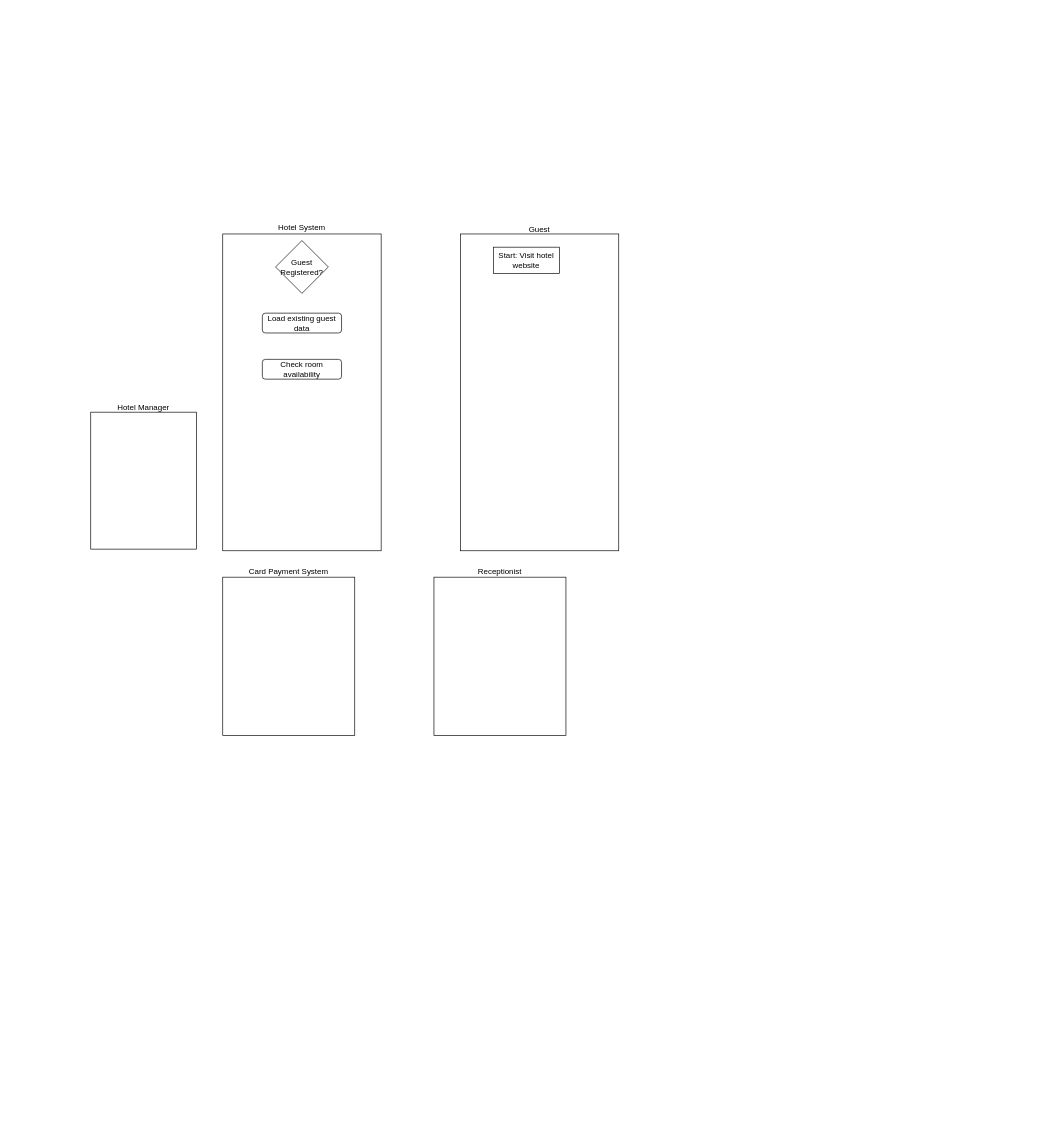
aminelfc96/SE keeps this draw.io diagram as BPMN DiagramHotel Reservation.drawio. Above is the earlier version. Source tidied: cells renumbered, new cells numbered last; positions are measured from the earlier drawing's top-left corner, leaving out a move shared by most shapes. Both pictures are drawn from the tidied source at 66%, with x=0, y=0 at pixel (90, 234).
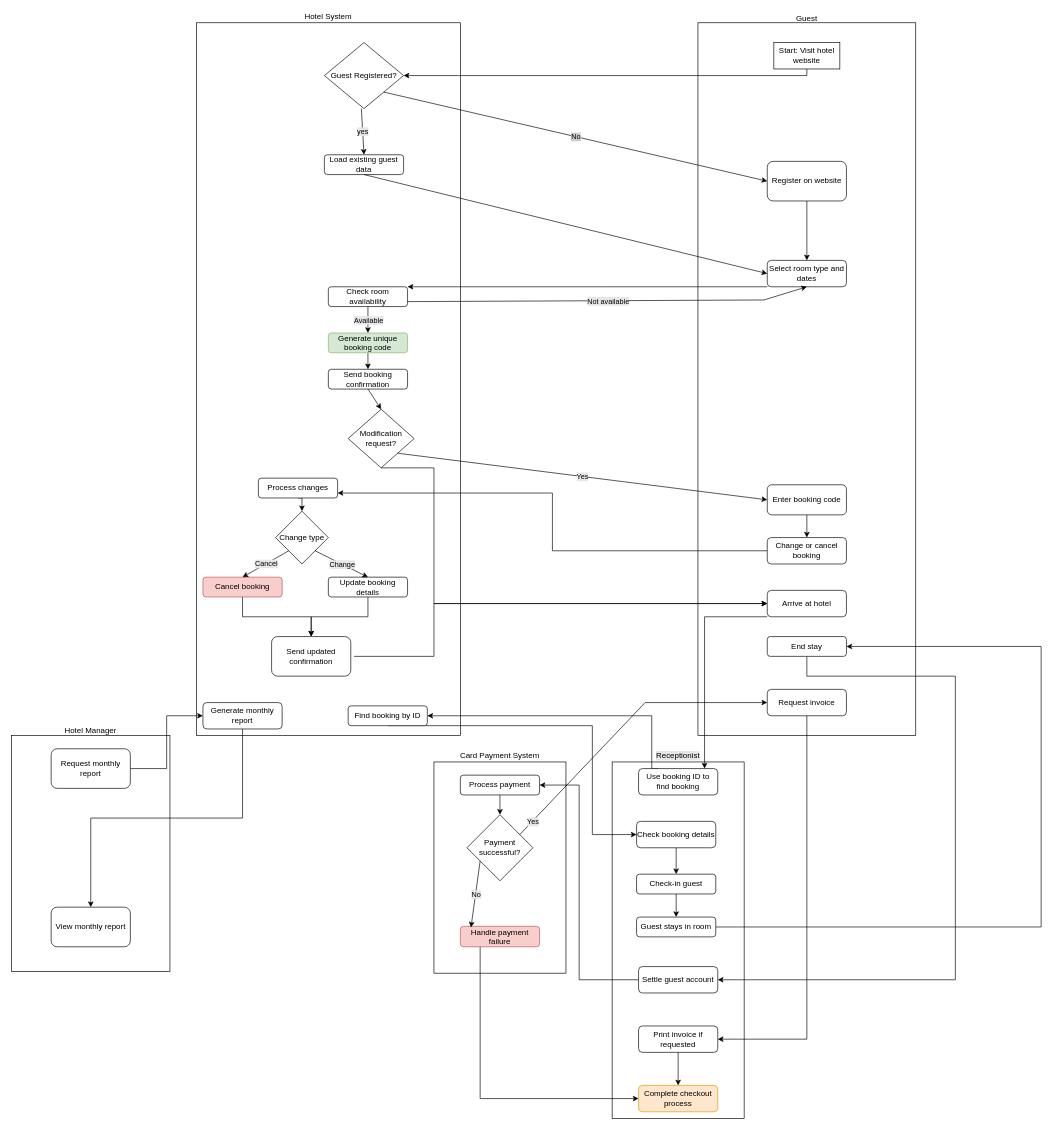
The same page after the edit.

The edit, as a diff of the source:
```diff
@@
     <mxCell id="2" value="Hotel System" style="rounded=0;whiteSpace=wrap;html=1;labelPosition=center;verticalLabelPosition=top;align=center;verticalAlign=bottom;" parent="1" vertex="1">
-      <mxGeometry x="200" width="240" height="480" as="geometry" />
+      <mxGeometry x="160" y="-320" width="400" height="1080" as="geometry" />
     </mxCell>
     <mxCell id="3" value="&lt;div style=&quot;line-height: 0%;&quot;&gt;&lt;span style=&quot;background-color: initial;&quot;&gt;Guest&lt;/span&gt;&lt;/div&gt;" style="rounded=0;whiteSpace=wrap;html=1;align=center;labelPosition=center;verticalLabelPosition=top;verticalAlign=bottom;" parent="1" vertex="1">
-      <mxGeometry x="560" width="240" height="480" as="geometry" />
+      <mxGeometry x="920" y="-320" width="330" height="1080" as="geometry" />
     </mxCell>
-    <mxCell id="4" value="Receptionist" style="rounded=0;whiteSpace=wrap;html=1;labelPosition=center;verticalLabelPosition=top;align=center;verticalAlign=bottom;" parent="1" vertex="1">
-      <mxGeometry x="520" y="520" width="200" height="240" as="geometry" />
+    <mxCell id="4" value="Receptionist" style="rounded=0;whiteSpace=wrap;html=1;labelPosition=center;verticalLabelPosition=top;align=center;verticalAlign=bottom;labelBackgroundColor=#E6E6E6;" parent="1" vertex="1">
+      <mxGeometry x="790" y="800" width="200" height="540" as="geometry" />
     </mxCell>
     <mxCell id="5" value="Hotel Manager" style="rounded=0;labelPosition=center;verticalLabelPosition=top;align=center;verticalAlign=bottom;spacing=0;whiteSpace=wrap;html=1;labelBorderColor=none;fontSize=12;" parent="1" vertex="1">
-      <mxGeometry y="270" width="160" height="207.5" as="geometry" />
+      <mxGeometry x="-120" y="760" width="240" height="357.5" as="geometry" />
     </mxCell>
     <mxCell id="6" value="Card Payment System" style="rounded=0;whiteSpace=wrap;html=1;labelPosition=center;verticalLabelPosition=top;align=center;verticalAlign=bottom;" parent="1" vertex="1">
-      <mxGeometry x="200" y="520" width="200" height="240" as="geometry" />
+      <mxGeometry x="520" y="800" width="200" height="320" as="geometry" />
     </mxCell>
+    <mxCell id="11" style="edgeStyle=orthogonalEdgeStyle;rounded=0;jettySize=auto;html=1;entryX=1;entryY=0.5;entryDx=0;entryDy=0;" parent="1" edge="1" source="7" target="8">
+      <mxGeometry relative="1" as="geometry">
+        <Array as="points">
+          <mxPoint x="1085" y="-240" />
+        </Array>
+      </mxGeometry>
+    </mxCell>
     <mxCell id="7" value="Start: Visit hotel website" style="rounded=0;textShadow=0;whiteSpace=wrap;" parent="1" vertex="1">
-      <mxGeometry x="610" y="20" width="100" height="40" as="geometry" />
+      <mxGeometry x="1035" y="-290" width="100" height="40" as="geometry" />
     </mxCell>
     <mxCell id="8" value="Guest Registered?" style="rhombus;whiteSpace=wrap;html=1;" parent="1" vertex="1">
-      <mxGeometry x="280" y="10" width="80" height="80" as="geometry" />
+      <mxGeometry x="354" y="-290" width="120" height="100" as="geometry" />
     </mxCell>
     <mxCell id="9" value="Load existing guest data" style="rounded=1;whiteSpace=wrap;html=1;" parent="1" vertex="1">
-      <mxGeometry x="260" y="120" width="120" height="30" as="geometry" />
+      <mxGeometry x="354" y="-120" width="120" height="30" as="geometry" />
     </mxCell>
     <mxCell id="10" value="Check room availability" style="rounded=1;whiteSpace=wrap;html=1;" parent="1" vertex="1">
-      <mxGeometry x="260" y="190" width="120" height="30" as="geometry" />
+      <mxGeometry x="360" y="80" width="120" height="30" as="geometry" />
     </mxCell>
+    <mxCell id="12" style="edgeStyle=orthogonalEdgeStyle;rounded=0;jettySize=auto;html=1;exitX=0.5;exitY=1;exitDx=0;exitDy=0;entryX=0.5;entryY=0;entryDx=0;entryDy=0;" parent="1" edge="1" source="13" target="14">
+      <mxGeometry relative="1" as="geometry" />
+    </mxCell>
+    <mxCell id="13" value="Generate unique booking code" style="rounded=1;whiteSpace=wrap;html=1;fillColor=#d5e8d4;strokeColor=#82b366;" parent="1" vertex="1">
+      <mxGeometry x="360" y="150" width="120" height="30" as="geometry" />
+    </mxCell>
+    <mxCell id="14" value="Send booking confirmation" style="rounded=1;whiteSpace=wrap;html=1;" parent="1" vertex="1">
+      <mxGeometry x="360" y="205" width="120" height="30" as="geometry" />
+    </mxCell>
+    <mxCell id="15" style="edgeStyle=orthogonalEdgeStyle;rounded=0;jettySize=auto;html=1;exitX=0.5;exitY=1;exitDx=0;exitDy=0;entryX=0;entryY=0.5;entryDx=0;entryDy=0;" parent="1" edge="1" source="16" target="40">
+      <mxGeometry relative="1" as="geometry">
+        <Array as="points">
+          <mxPoint x="520" y="354" />
+          <mxPoint x="520" y="560" />
+        </Array>
+      </mxGeometry>
+    </mxCell>
+    <mxCell id="16" value="Modification request?" style="rhombus;whiteSpace=wrap;html=1;" parent="1" vertex="1">
+      <mxGeometry x="390" y="265.6" width="100" height="88.8" as="geometry" />
+    </mxCell>
+    <mxCell id="17" style="edgeStyle=orthogonalEdgeStyle;rounded=0;orthogonalLoop=1;jettySize=auto;html=1;exitX=0.5;exitY=1;exitDx=0;exitDy=0;" parent="1" edge="1" source="9" target="9">
+      <mxGeometry relative="1" as="geometry" />
+    </mxCell>
+    <mxCell id="18" style="edgeStyle=orthogonalEdgeStyle;rounded=0;jettySize=auto;html=1;exitX=0.5;exitY=1;exitDx=0;exitDy=0;entryX=0.5;entryY=0;entryDx=0;entryDy=0;" parent="1" edge="1" source="19" target="20">
+      <mxGeometry relative="1" as="geometry" />
+    </mxCell>
+    <mxCell id="19" value="Process changes" style="rounded=1;whiteSpace=wrap;html=1;" parent="1" vertex="1">
+      <mxGeometry x="254" y="370" width="120" height="30" as="geometry" />
+    </mxCell>
+    <mxCell id="20" value="Change type" style="rhombus;whiteSpace=wrap;html=1;" parent="1" vertex="1">
+      <mxGeometry x="280" y="420" width="80" height="80" as="geometry" />
+    </mxCell>
+    <mxCell id="21" style="edgeStyle=orthogonalEdgeStyle;rounded=0;jettySize=auto;html=1;exitX=0.5;exitY=1;exitDx=0;exitDy=0;entryX=0.5;entryY=0;entryDx=0;entryDy=0;" parent="1" edge="1" source="22" target="26">
+      <mxGeometry relative="1" as="geometry" />
+    </mxCell>
+    <mxCell id="22" value="Cancel booking" style="rounded=1;whiteSpace=wrap;html=1;fillColor=#f8cecc;strokeColor=#b85450;" parent="1" vertex="1">
+      <mxGeometry x="170" y="520" width="120" height="30" as="geometry" />
+    </mxCell>
+    <mxCell id="23" style="edgeStyle=orthogonalEdgeStyle;rounded=0;jettySize=auto;html=1;exitX=0.5;exitY=1;exitDx=0;exitDy=0;entryX=0.5;entryY=0;entryDx=0;entryDy=0;" parent="1" edge="1" source="24" target="26">
+      <mxGeometry relative="1" as="geometry" />
+    </mxCell>
+    <mxCell id="24" value="Update booking details" style="rounded=1;whiteSpace=wrap;html=1;" parent="1" vertex="1">
+      <mxGeometry x="360" y="520" width="120" height="30" as="geometry" />
+    </mxCell>
+    <mxCell id="25" style="edgeStyle=orthogonalEdgeStyle;rounded=0;orthogonalLoop=1;jettySize=auto;html=1;exitX=1;exitY=0.5;exitDx=0;exitDy=0;" parent="1" edge="1">
+      <mxGeometry relative="1" as="geometry">
+        <mxPoint x="399" y="640" as="sourcePoint" />
+        <mxPoint x="1025" y="560" as="targetPoint" />
+        <Array as="points">
+          <mxPoint x="520" y="640" />
+          <mxPoint x="520" y="560" />
+        </Array>
+      </mxGeometry>
+    </mxCell>
+    <mxCell id="26" value="Send updated confirmation" style="rounded=1;whiteSpace=wrap;html=1;" parent="1" vertex="1">
+      <mxGeometry x="274" y="610" width="120" height="60" as="geometry" />
+    </mxCell>
+    <mxCell id="27" style="edgeStyle=orthogonalEdgeStyle;rounded=0;jettySize=auto;html=1;exitX=0.5;exitY=1;exitDx=0;exitDy=0;entryX=0.5;entryY=0;entryDx=0;entryDy=0;" parent="1" edge="1" source="28" target="64">
+      <mxGeometry relative="1" as="geometry" />
+    </mxCell>
+    <mxCell id="28" value="Generate monthly report" style="rounded=1;whiteSpace=wrap;html=1;" parent="1" vertex="1">
+      <mxGeometry x="170" y="710" width="120" height="40" as="geometry" />
+    </mxCell>
+    <mxCell id="29" style="edgeStyle=orthogonalEdgeStyle;rounded=0;jettySize=auto;html=1;exitX=0.5;exitY=1;exitDx=0;exitDy=0;entryX=0;entryY=0.5;entryDx=0;entryDy=0;" parent="1" edge="1" source="30" target="48">
+      <mxGeometry relative="1" as="geometry">
+        <Array as="points">
+          <mxPoint x="760" y="745" />
+          <mxPoint x="760" y="910" />
+        </Array>
+      </mxGeometry>
+    </mxCell>
+    <mxCell id="30" value="Find booking by ID" style="rounded=1;whiteSpace=wrap;html=1;" parent="1" vertex="1">
+      <mxGeometry x="390" y="715" width="120" height="30" as="geometry" />
+    </mxCell>
+    <mxCell id="31" style="edgeStyle=orthogonalEdgeStyle;rounded=0;jettySize=auto;html=1;exitX=0.5;exitY=1;exitDx=0;exitDy=0;" parent="1" edge="1" source="32" target="34">
+      <mxGeometry relative="1" as="geometry" />
+    </mxCell>
+    <mxCell id="32" value="Register on website" style="rounded=1;whiteSpace=wrap;html=1;" parent="1" vertex="1">
+      <mxGeometry x="1025" y="-110" width="120" height="60" as="geometry" />
+    </mxCell>
+    <mxCell id="33" style="edgeStyle=orthogonalEdgeStyle;rounded=0;jettySize=auto;html=1;entryX=1;entryY=0;entryDx=0;entryDy=0;" parent="1" edge="1" source="34" target="10">
+      <mxGeometry relative="1" as="geometry">
+        <Array as="points">
+          <mxPoint x="780" y="80" />
+          <mxPoint x="780" y="80" />
+        </Array>
+      </mxGeometry>
+    </mxCell>
+    <mxCell id="34" value="Select room type and dates" style="rounded=1;whiteSpace=wrap;html=1;" parent="1" vertex="1">
+      <mxGeometry x="1025" y="40" width="120" height="40" as="geometry" />
+    </mxCell>
+    <mxCell id="35" style="edgeStyle=orthogonalEdgeStyle;rounded=0;jettySize=auto;html=1;exitX=0.5;exitY=1;exitDx=0;exitDy=0;entryX=0.5;entryY=0;entryDx=0;entryDy=0;" parent="1" edge="1" source="36" target="38">
+      <mxGeometry relative="1" as="geometry" />
+    </mxCell>
+    <mxCell id="36" value="Enter booking code" style="rounded=1;whiteSpace=wrap;html=1;" parent="1" vertex="1">
+      <mxGeometry x="1025" y="380" width="120" height="45.6" as="geometry" />
+    </mxCell>
+    <mxCell id="37" style="edgeStyle=orthogonalEdgeStyle;rounded=0;jettySize=auto;html=1;exitX=0;exitY=0.5;exitDx=0;exitDy=0;entryX=1;entryY=0.75;entryDx=0;entryDy=0;" parent="1" edge="1" source="38" target="19">
+      <mxGeometry relative="1" as="geometry" />
+    </mxCell>
+    <mxCell id="38" value="Change or cancel booking" style="rounded=1;whiteSpace=wrap;html=1;" parent="1" vertex="1">
+      <mxGeometry x="1025" y="460" width="120" height="40" as="geometry" />
+    </mxCell>
+    <mxCell id="39" style="edgeStyle=orthogonalEdgeStyle;rounded=0;jettySize=auto;html=1;exitX=0;exitY=1;exitDx=0;exitDy=0;" parent="1" edge="1" source="40" target="46">
+      <mxGeometry relative="1" as="geometry">
+        <Array as="points">
+          <mxPoint x="930" y="580" />
+        </Array>
+      </mxGeometry>
+    </mxCell>
+    <mxCell id="40" value="Arrive at hotel" style="rounded=1;whiteSpace=wrap;html=1;" parent="1" vertex="1">
+      <mxGeometry x="1025" y="540" width="120" height="40" as="geometry" />
+    </mxCell>
+    <mxCell id="41" style="edgeStyle=orthogonalEdgeStyle;rounded=0;jettySize=auto;html=1;exitX=0.5;exitY=1;exitDx=0;exitDy=0;entryX=1;entryY=0.5;entryDx=0;entryDy=0;" parent="1" edge="1" source="42" target="54">
+      <mxGeometry relative="1" as="geometry">
+        <Array as="points">
+          <mxPoint x="1085" y="670" />
+          <mxPoint x="1310" y="670" />
+          <mxPoint x="1310" y="1130" />
+        </Array>
+      </mxGeometry>
+    </mxCell>
+    <mxCell id="42" value="End stay" style="rounded=1;whiteSpace=wrap;html=1;" parent="1" vertex="1">
+      <mxGeometry x="1025" y="610" width="120" height="30" as="geometry" />
+    </mxCell>
+    <mxCell id="43" style="edgeStyle=orthogonalEdgeStyle;rounded=0;jettySize=auto;html=1;exitX=0.5;exitY=1;exitDx=0;exitDy=0;entryX=1;entryY=0.5;entryDx=0;entryDy=0;" parent="1" edge="1" source="44" target="56">
+      <mxGeometry relative="1" as="geometry" />
+    </mxCell>
+    <mxCell id="44" value="Request invoice" style="rounded=1;whiteSpace=wrap;html=1;" parent="1" vertex="1">
+      <mxGeometry x="1025" y="690" width="120" height="40" as="geometry" />
+    </mxCell>
+    <mxCell id="45" style="edgeStyle=orthogonalEdgeStyle;rounded=0;jettySize=auto;html=1;exitX=0.25;exitY=0;exitDx=0;exitDy=0;entryX=1;entryY=0.5;entryDx=0;entryDy=0;" parent="1" edge="1" source="46" target="30">
+      <mxGeometry relative="1" as="geometry">
+        <Array as="points">
+          <mxPoint x="850" y="810" />
+          <mxPoint x="850" y="730" />
+        </Array>
+      </mxGeometry>
+    </mxCell>
+    <mxCell id="46" value="Use booking ID to find booking" style="rounded=1;whiteSpace=wrap;html=1;" parent="1" vertex="1">
+      <mxGeometry x="830" y="810" width="120" height="40" as="geometry" />
+    </mxCell>
+    <mxCell id="47" style="edgeStyle=orthogonalEdgeStyle;rounded=0;jettySize=auto;html=1;exitX=0.5;exitY=1;exitDx=0;exitDy=0;entryX=0.5;entryY=0;entryDx=0;entryDy=0;" parent="1" edge="1" source="48" target="50">
+      <mxGeometry relative="1" as="geometry" />
+    </mxCell>
+    <mxCell id="48" value="Check booking details" style="rounded=1;whiteSpace=wrap;html=1;" parent="1" vertex="1">
+      <mxGeometry x="827" y="890" width="120" height="40" as="geometry" />
+    </mxCell>
+    <mxCell id="49" style="edgeStyle=orthogonalEdgeStyle;rounded=0;jettySize=auto;html=1;exitX=0.5;exitY=1;exitDx=0;exitDy=0;entryX=0.5;entryY=0;entryDx=0;entryDy=0;" parent="1" edge="1" source="50" target="52">
+      <mxGeometry relative="1" as="geometry" />
+    </mxCell>
+    <mxCell id="50" value="Check-in guest" style="rounded=1;whiteSpace=wrap;html=1;" parent="1" vertex="1">
+      <mxGeometry x="827" y="970" width="120" height="30" as="geometry" />
+    </mxCell>
+    <mxCell id="51" style="edgeStyle=orthogonalEdgeStyle;rounded=0;jettySize=auto;html=1;exitX=1;exitY=0.5;exitDx=0;exitDy=0;entryX=1;entryY=0.5;entryDx=0;entryDy=0;" parent="1" edge="1" source="52" target="42">
+      <mxGeometry relative="1" as="geometry">
+        <Array as="points">
+          <mxPoint x="1440" y="1050" />
+          <mxPoint x="1440" y="625" />
+        </Array>
+      </mxGeometry>
+    </mxCell>
+    <mxCell id="52" value="Guest stays in room" style="rounded=1;whiteSpace=wrap;html=1;" parent="1" vertex="1">
+      <mxGeometry x="827" y="1035" width="120" height="30" as="geometry" />
+    </mxCell>
+    <mxCell id="53" style="edgeStyle=orthogonalEdgeStyle;rounded=0;jettySize=auto;html=1;exitX=0;exitY=0.5;exitDx=0;exitDy=0;entryX=1;entryY=0.5;entryDx=0;entryDy=0;" parent="1" edge="1" source="54" target="58">
+      <mxGeometry relative="1" as="geometry">
+        <Array as="points">
+          <mxPoint x="740" y="1130" />
+          <mxPoint x="740" y="835" />
+        </Array>
+      </mxGeometry>
+    </mxCell>
+    <mxCell id="54" value="Settle guest account" style="rounded=1;whiteSpace=wrap;html=1;" parent="1" vertex="1">
+      <mxGeometry x="830" y="1110" width="120" height="40" as="geometry" />
+    </mxCell>
+    <mxCell id="55" style="edgeStyle=orthogonalEdgeStyle;rounded=0;jettySize=auto;html=1;exitX=0.5;exitY=1;exitDx=0;exitDy=0;entryX=0.5;entryY=0;entryDx=0;entryDy=0;" parent="1" edge="1" source="56" target="65">
+      <mxGeometry relative="1" as="geometry" />
+    </mxCell>
+    <mxCell id="56" value="Print invoice if requested" style="rounded=1;whiteSpace=wrap;html=1;" parent="1" vertex="1">
+      <mxGeometry x="830" y="1200" width="120" height="40" as="geometry" />
+    </mxCell>
+    <mxCell id="57" style="edgeStyle=orthogonalEdgeStyle;rounded=0;jettySize=auto;html=1;exitX=0.5;exitY=1;exitDx=0;exitDy=0;entryX=0.5;entryY=0;entryDx=0;entryDy=0;" parent="1" edge="1" source="58" target="59">
+      <mxGeometry relative="1" as="geometry" />
+    </mxCell>
+    <mxCell id="58" value="Process payment" style="rounded=1;whiteSpace=wrap;html=1;" parent="1" vertex="1">
+      <mxGeometry x="560" y="820" width="120" height="30" as="geometry" />
+    </mxCell>
+    <mxCell id="59" value="Payment successful?" style="rhombus;whiteSpace=wrap;html=1;" parent="1" vertex="1">
+      <mxGeometry x="570" y="880" width="100" height="100" as="geometry" />
+    </mxCell>
+    <mxCell id="60" style="edgeStyle=orthogonalEdgeStyle;rounded=0;jettySize=auto;html=1;exitX=0.25;exitY=1;exitDx=0;exitDy=0;entryX=0;entryY=0.5;entryDx=0;entryDy=0;" parent="1" edge="1" source="61" target="65">
+      <mxGeometry relative="1" as="geometry" />
+    </mxCell>
+    <mxCell id="61" value="Handle payment failure" style="rounded=1;whiteSpace=wrap;html=1;fillColor=#f8cecc;strokeColor=#b85450;" parent="1" vertex="1">
+      <mxGeometry x="560" y="1049" width="120" height="31" as="geometry" />
+    </mxCell>
+    <mxCell id="62" style="edgeStyle=orthogonalEdgeStyle;rounded=0;jettySize=auto;html=1;exitX=1;exitY=0.5;exitDx=0;exitDy=0;entryX=0;entryY=0.5;entryDx=0;entryDy=0;" parent="1" edge="1" source="63" target="28">
+      <mxGeometry relative="1" as="geometry" />
+    </mxCell>
+    <mxCell id="63" value="Request monthly report" style="rounded=1;whiteSpace=wrap;html=1;" parent="1" vertex="1">
+      <mxGeometry x="-60" y="780" width="120" height="60" as="geometry" />
+    </mxCell>
+    <mxCell id="64" value="View monthly report" style="rounded=1;whiteSpace=wrap;html=1;" parent="1" vertex="1">
+      <mxGeometry x="-60" y="1020" width="120" height="60" as="geometry" />
+    </mxCell>
+    <mxCell id="65" value="Complete checkout process" style="rounded=1;whiteSpace=wrap;html=1;fillColor=#ffe6cc;strokeColor=#d79b00;" parent="1" vertex="1">
+      <mxGeometry x="830" y="1290" width="120" height="40" as="geometry" />
+    </mxCell>
+    <mxCell id="66" style="endArrow=classic;html=1;rounded=0;entryX=0.5;entryY=0;entryDx=0;entryDy=0;" parent="1" edge="1" target="9">
+      <mxGeometry relative="1" as="geometry">
+        <mxPoint x="410" y="-190" as="sourcePoint" />
+        <Array as="points">
+          <mxPoint x="410" y="-190" />
+        </Array>
+      </mxGeometry>
+    </mxCell>
+    <mxCell id="67" value="yes" style="edgeLabel;html=1;align=center;verticalAlign=middle;labelBorderColor=none;labelBackgroundColor=#E6E6E6;" parent="66" vertex="1">
+      <mxGeometry relative="1" as="geometry" />
+    </mxCell>
+    <mxCell id="68" style="endArrow=classic;html=1;rounded=0;exitX=1;exitY=1;exitDx=0;exitDy=0;entryX=0;entryY=0.5;entryDx=0;entryDy=0;" parent="1" edge="1" source="8" target="32">
+      <mxGeometry relative="1" as="geometry" />
+    </mxCell>
+    <mxCell id="69" value="No" style="edgeLabel;html=1;align=center;verticalAlign=middle;labelBackgroundColor=#CCCCCC;" parent="68" vertex="1">
+      <mxGeometry relative="1" as="geometry" />
+    </mxCell>
+    <mxCell id="70" style="endArrow=classic;html=1;rounded=0;entryX=0;entryY=0.5;entryDx=0;entryDy=0;" parent="1" edge="1" target="34">
+      <mxGeometry relative="1" as="geometry">
+        <mxPoint x="414" y="-90" as="sourcePoint" />
+      </mxGeometry>
+    </mxCell>
+    <mxCell id="71" style="endArrow=classic;html=1;rounded=0;exitX=1;exitY=0.75;exitDx=0;exitDy=0;entryX=0.5;entryY=1;entryDx=0;entryDy=0;" parent="1" edge="1" source="10" target="34">
+      <mxGeometry relative="1" as="geometry">
+        <Array as="points">
+          <mxPoint x="1020" y="100" />
+        </Array>
+      </mxGeometry>
+    </mxCell>
+    <mxCell id="72" value="Not available" style="edgeLabel;html=1;align=center;verticalAlign=middle;labelBackgroundColor=#E6E6E6;" parent="71" vertex="1">
+      <mxGeometry relative="1" as="geometry" />
+    </mxCell>
+    <mxCell id="73" style="endArrow=classic;html=1;rounded=0;exitX=0.5;exitY=1;exitDx=0;exitDy=0;entryX=0.5;entryY=0;entryDx=0;entryDy=0;" parent="1" edge="1" source="10" target="13">
+      <mxGeometry relative="1" as="geometry" />
+    </mxCell>
+    <mxCell id="74" value="Available" style="edgeLabel;html=1;align=center;verticalAlign=middle;labelBackgroundColor=#E6E6E6;" parent="73" vertex="1">
+      <mxGeometry relative="1" as="geometry" />
+    </mxCell>
+    <mxCell id="75" style="endArrow=classic;html=1;rounded=0;exitX=0.5;exitY=1;exitDx=0;exitDy=0;entryX=0.5;entryY=0;entryDx=0;entryDy=0;" parent="1" edge="1" source="14" target="16">
+      <mxGeometry relative="1" as="geometry" />
+    </mxCell>
+    <mxCell id="76" style="endArrow=classic;html=1;rounded=0;entryX=0;entryY=0.5;entryDx=0;entryDy=0;exitX=1;exitY=1;exitDx=0;exitDy=0;" parent="1" edge="1" source="16" target="36">
+      <mxGeometry relative="1" as="geometry" />
+    </mxCell>
+    <mxCell id="77" value="Yes" style="edgeLabel;html=1;align=center;verticalAlign=middle;labelBackgroundColor=#E6E6E6;" parent="76" vertex="1">
+      <mxGeometry relative="1" as="geometry" />
+    </mxCell>
+    <mxCell id="78" style="endArrow=classic;html=1;rounded=0;exitX=0;exitY=1;exitDx=0;exitDy=0;entryX=0.5;entryY=0;entryDx=0;entryDy=0;" parent="1" edge="1" source="20" target="22">
+      <mxGeometry relative="1" as="geometry" />
+    </mxCell>
+    <mxCell id="79" value="Cancel" style="edgeLabel;html=1;align=center;verticalAlign=middle;labelBackgroundColor=#E6E6E6;" parent="78" vertex="1">
+      <mxGeometry relative="1" as="geometry" />
+    </mxCell>
+    <mxCell id="80" style="endArrow=classic;html=1;rounded=0;entryX=0.5;entryY=0;entryDx=0;entryDy=0;exitX=1;exitY=1;exitDx=0;exitDy=0;" parent="1" edge="1" source="20" target="24">
+      <mxGeometry relative="1" as="geometry" />
+    </mxCell>
+    <mxCell id="81" value="Change" style="edgeLabel;html=1;align=center;verticalAlign=middle;labelBackgroundColor=#E6E6E6;" parent="80" vertex="1">
+      <mxGeometry relative="1" as="geometry" />
+    </mxCell>
+    <mxCell id="82" style="endArrow=classic;html=1;rounded=0;entryX=0.134;entryY=0.058;entryDx=0;entryDy=0;entryPerimeter=0;" parent="1" edge="1" target="61">
+      <mxGeometry relative="1" as="geometry">
+        <mxPoint x="590" y="950" as="sourcePoint" />
+      </mxGeometry>
+    </mxCell>
+    <mxCell id="83" value="No" style="edgeLabel;html=1;align=center;verticalAlign=middle;labelBackgroundColor=#E6E6E6;" parent="82" vertex="1">
+      <mxGeometry relative="1" as="geometry" />
+    </mxCell>
+    <mxCell id="84" style="endArrow=classic;html=1;rounded=0;entryX=0;entryY=0.5;entryDx=0;entryDy=0;" parent="1" edge="1" target="44">
+      <mxGeometry relative="1" as="geometry">
+        <mxPoint x="650" y="910" as="sourcePoint" />
+        <Array as="points">
+          <mxPoint x="840" y="710" />
+        </Array>
+      </mxGeometry>
+    </mxCell>
+    <mxCell id="85" value="Yes" style="edgeLabel;html=1;align=center;verticalAlign=middle;labelBackgroundColor=#E6E6E6;" parent="84" vertex="1">
+      <mxGeometry relative="1" as="geometry">
+        <mxPoint x="-139" y="147" as="offset" />
+      </mxGeometry>
+    </mxCell>
```
